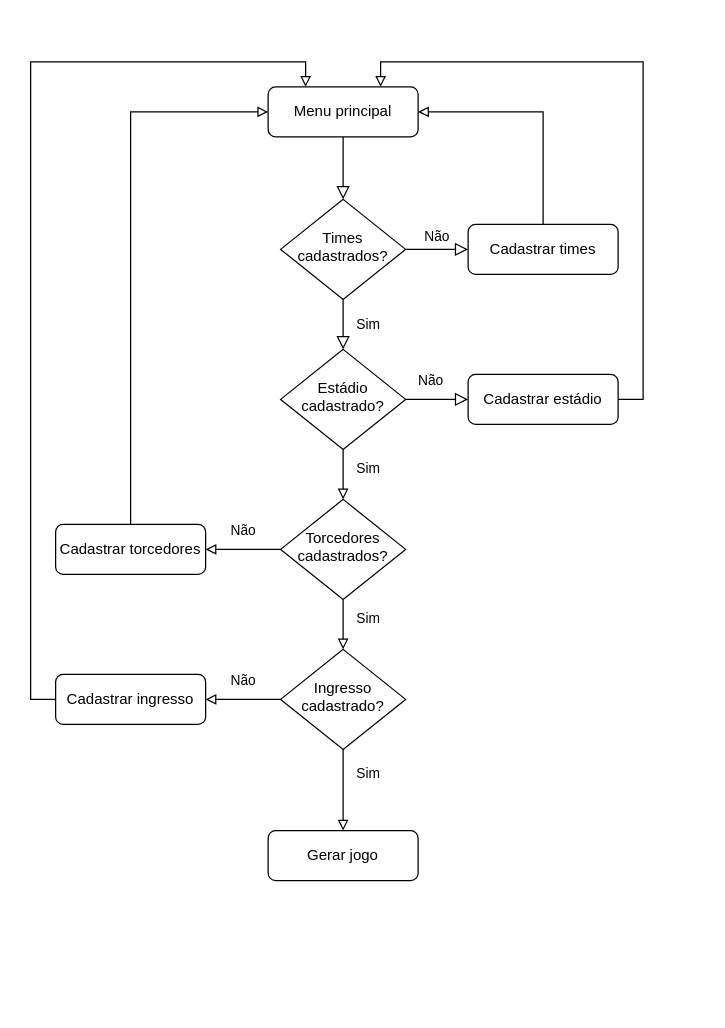
Earlier version of the draw.io diagram P1/Documentação/Fluxograma.drawio (leoIMartins/aulaPython). Source tidied: cells renumbered, new cells numbered last; positions are measured from the earlier drawing's top-left corner, leaving out a move shared by most shapes. Both pictures are drawn from the tidied source at 125%, with x=0, y=0 at pixel (55, 86).
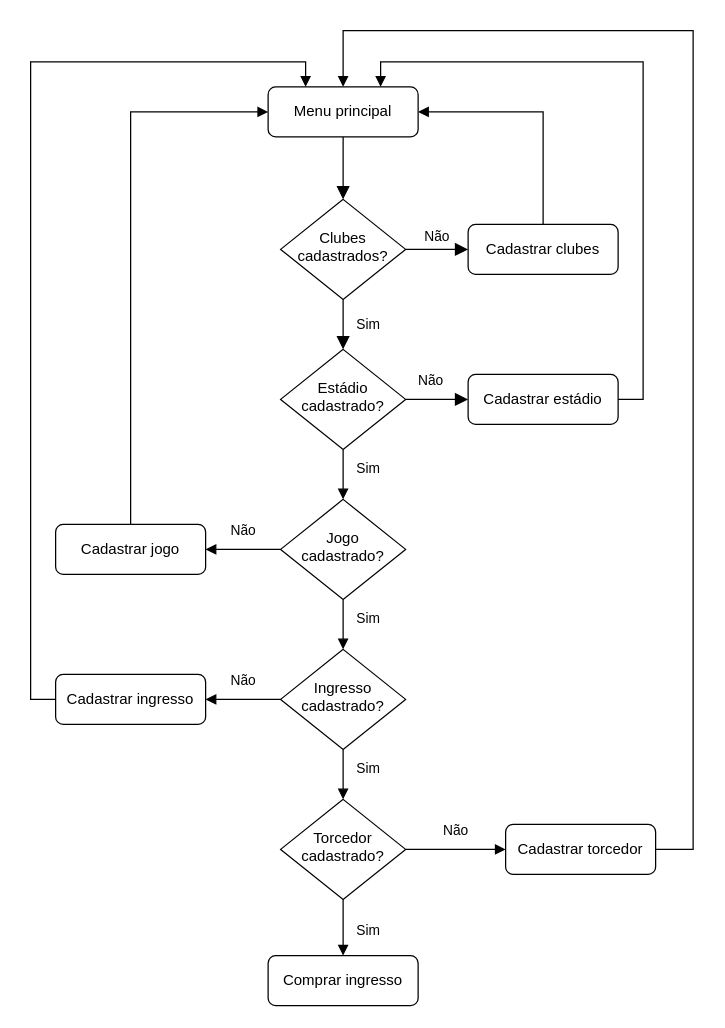
The same diagram, later.

The change refers to these unchanged cells:
```xml
<mxCell id="3" value="Menu principal" style="rounded=1;whiteSpace=wrap;html=1;fontSize=12;glass=0;strokeWidth=1;shadow=0;" parent="1" vertex="1">
  <mxGeometry x="170" width="120" height="40" as="geometry" />
</mxCell>
<mxCell id="11" value="Estádio cadastrado?" style="rhombus;whiteSpace=wrap;html=1;shadow=0;fontFamily=Helvetica;fontSize=12;align=center;strokeWidth=1;spacing=6;spacingTop=-4;" parent="1" vertex="1">
  <mxGeometry x="180" y="210" width="100" height="80" as="geometry" />
</mxCell>
<mxCell id="17" value="Ingresso cadastrado?" style="rhombus;whiteSpace=wrap;html=1;shadow=0;fontFamily=Helvetica;fontSize=12;align=center;strokeWidth=1;spacing=6;spacingTop=-4;" parent="1" vertex="1">
  <mxGeometry x="180" y="450" width="100" height="80" as="geometry" />
</mxCell>
<mxCell id="20" value="Cadastrar estádio" style="rounded=1;whiteSpace=wrap;html=1;fontSize=12;glass=0;strokeWidth=1;shadow=0;" parent="1" vertex="1">
  <mxGeometry x="330" y="230" width="120" height="40" as="geometry" />
</mxCell>
<mxCell id="24" value="Cadastrar ingresso" style="rounded=1;whiteSpace=wrap;html=1;fontSize=12;glass=0;strokeWidth=1;shadow=0;" parent="1" vertex="1">
  <mxGeometry y="470" width="120" height="40" as="geometry" />
</mxCell>
```

Change to the diagram source:
```diff
@@
-    <mxCell id="2" style="rounded=0;html=1;jettySize=auto;fontSize=11;endArrow=block;endFill=0;endSize=8;strokeWidth=1;shadow=0;labelBackgroundColor=none;edgeStyle=orthogonalEdgeStyle;" parent="1" edge="1" source="3" target="6">
+    <mxCell id="2" style="rounded=0;html=1;jettySize=auto;fontSize=11;endArrow=block;endFill=1;endSize=8;strokeWidth=1;shadow=0;labelBackgroundColor=none;edgeStyle=orthogonalEdgeStyle;" parent="1" edge="1" source="3" target="6">
       <mxGeometry relative="1" as="geometry" />
     </mxCell>
@@
-    <mxCell id="4" value="Sim" style="rounded=0;html=1;jettySize=auto;fontSize=11;endArrow=block;endFill=0;endSize=8;strokeWidth=1;shadow=0;labelBackgroundColor=none;edgeStyle=orthogonalEdgeStyle;" parent="1" edge="1" source="6" target="11">
+    <mxCell id="4" value="Sim" style="rounded=0;html=1;jettySize=auto;fontSize=11;endArrow=block;endFill=1;endSize=8;strokeWidth=1;shadow=0;labelBackgroundColor=none;edgeStyle=orthogonalEdgeStyle;" parent="1" edge="1" source="6" target="11">
       <mxGeometry y="20" relative="1" as="geometry" />
     </mxCell>
-    <mxCell id="5" value="Não" style="edgeStyle=orthogonalEdgeStyle;rounded=0;html=1;jettySize=auto;fontSize=11;endArrow=block;endFill=0;endSize=8;strokeWidth=1;shadow=0;labelBackgroundColor=none;" parent="1" edge="1" source="6" target="8">
+    <mxCell id="5" value="Não" style="edgeStyle=orthogonalEdgeStyle;rounded=0;html=1;jettySize=auto;fontSize=11;endArrow=block;endFill=1;endSize=8;strokeWidth=1;shadow=0;labelBackgroundColor=none;" parent="1" edge="1" source="6" target="8">
       <mxGeometry y="10" relative="1" as="geometry" />
     </mxCell>
-    <mxCell id="6" value="Times cadastrados?" style="rhombus;whiteSpace=wrap;html=1;shadow=0;fontFamily=Helvetica;fontSize=12;align=center;strokeWidth=1;spacing=6;spacingTop=-4;" parent="1" vertex="1">
+    <mxCell id="6" value="Clubes cadastrados?" style="rhombus;whiteSpace=wrap;html=1;shadow=0;fontFamily=Helvetica;fontSize=12;align=center;strokeWidth=1;spacing=6;spacingTop=-4;" parent="1" vertex="1">
       <mxGeometry x="180" y="90" width="100" height="80" as="geometry" />
     </mxCell>
-    <mxCell id="7" style="edgeStyle=orthogonalEdgeStyle;rounded=0;jettySize=auto;html=1;exitX=0.5;exitY=0;exitDx=0;exitDy=0;entryX=1;entryY=0.5;entryDx=0;entryDy=0;startArrow=none;startFill=0;endArrow=block;endFill=0;" parent="1" edge="1" source="8" target="3">
+    <mxCell id="7" style="edgeStyle=orthogonalEdgeStyle;rounded=0;jettySize=auto;html=1;exitX=0.5;exitY=0;exitDx=0;exitDy=0;entryX=1;entryY=0.5;entryDx=0;entryDy=0;startArrow=none;startFill=0;endArrow=block;endFill=1;" parent="1" edge="1" source="8" target="3">
       <mxGeometry relative="1" as="geometry" />
     </mxCell>
-    <mxCell id="8" value="Cadastrar times" style="rounded=1;whiteSpace=wrap;html=1;fontSize=12;glass=0;strokeWidth=1;shadow=0;" parent="1" vertex="1">
+    <mxCell id="8" value="Cadastrar clubes" style="rounded=1;whiteSpace=wrap;html=1;fontSize=12;glass=0;strokeWidth=1;shadow=0;" parent="1" vertex="1">
       <mxGeometry x="330" y="110" width="120" height="40" as="geometry" />
     </mxCell>
-    <mxCell id="9" value="Não" style="edgeStyle=orthogonalEdgeStyle;rounded=0;html=1;jettySize=auto;orthogonalLoop=1;fontSize=11;endArrow=block;endFill=0;endSize=8;strokeWidth=1;shadow=0;labelBackgroundColor=none;" parent="1" edge="1">
+    <mxCell id="9" value="Não" style="edgeStyle=orthogonalEdgeStyle;rounded=0;html=1;jettySize=auto;orthogonalLoop=1;fontSize=11;endArrow=block;endFill=1;endSize=8;strokeWidth=1;shadow=0;labelBackgroundColor=none;" parent="1" edge="1">
       <mxGeometry x="-0.2" y="15" relative="1" as="geometry">
         <mxPoint x="280" y="250" as="sourcePoint" />
         <mxPoint x="330" y="250" as="targetPoint" />
       </mxGeometry>
     </mxCell>
-    <mxCell id="10" value="Sim" style="edgeStyle=orthogonalEdgeStyle;rounded=0;jettySize=auto;html=1;startArrow=none;startFill=0;endArrow=block;endFill=0;" parent="1" edge="1" source="11" target="14">
+    <mxCell id="10" value="Sim" style="edgeStyle=orthogonalEdgeStyle;rounded=0;jettySize=auto;html=1;startArrow=none;startFill=0;endArrow=block;endFill=1;" parent="1" edge="1" source="11" target="14">
       <mxGeometry x="-0.25" y="20" relative="1" as="geometry" />
     </mxCell>
@@
-    <mxCell id="12" value="Sim" style="edgeStyle=orthogonalEdgeStyle;rounded=0;jettySize=auto;html=1;startArrow=none;startFill=0;endArrow=block;endFill=0;" parent="1" edge="1" source="14" target="17">
+    <mxCell id="12" value="Sim" style="edgeStyle=orthogonalEdgeStyle;rounded=0;jettySize=auto;html=1;startArrow=none;startFill=0;endArrow=block;endFill=1;" parent="1" edge="1" source="14" target="17">
       <mxGeometry x="-0.25" y="20" relative="1" as="geometry" />
     </mxCell>
-    <mxCell id="13" value="Não" style="edgeStyle=orthogonalEdgeStyle;rounded=0;jettySize=auto;html=1;exitX=0;exitY=0.5;exitDx=0;exitDy=0;entryX=1;entryY=0.5;entryDx=0;entryDy=0;startArrow=none;startFill=0;endArrow=block;endFill=0;" parent="1" edge="1" source="14" target="22">
+    <mxCell id="13" value="Não" style="edgeStyle=orthogonalEdgeStyle;rounded=0;jettySize=auto;html=1;exitX=0;exitY=0.5;exitDx=0;exitDy=0;entryX=1;entryY=0.5;entryDx=0;entryDy=0;startArrow=none;startFill=0;endArrow=block;endFill=1;" parent="1" edge="1" source="14" target="22">
       <mxGeometry y="-15" relative="1" as="geometry" />
     </mxCell>
-    <mxCell id="14" value="Torcedores cadastrados?" style="rhombus;whiteSpace=wrap;html=1;shadow=0;fontFamily=Helvetica;fontSize=12;align=center;strokeWidth=1;spacing=6;spacingTop=-4;" parent="1" vertex="1">
+    <mxCell id="14" value="Jogo cadastrado?" style="rhombus;whiteSpace=wrap;html=1;shadow=0;fontFamily=Helvetica;fontSize=12;align=center;strokeWidth=1;spacing=6;spacingTop=-4;" parent="1" vertex="1">
       <mxGeometry x="180" y="330" width="100" height="80" as="geometry" />
     </mxCell>
-    <mxCell id="15" value="Não" style="edgeStyle=orthogonalEdgeStyle;rounded=0;jettySize=auto;html=1;exitX=0;exitY=0.5;exitDx=0;exitDy=0;entryX=1;entryY=0.5;entryDx=0;entryDy=0;startArrow=none;startFill=0;endArrow=block;endFill=0;" parent="1" edge="1" source="17" target="24">
+    <mxCell id="15" value="Não" style="edgeStyle=orthogonalEdgeStyle;rounded=0;jettySize=auto;html=1;exitX=0;exitY=0.5;exitDx=0;exitDy=0;entryX=1;entryY=0.5;entryDx=0;entryDy=0;startArrow=none;startFill=0;endArrow=block;endFill=1;" parent="1" edge="1" source="17" target="24">
       <mxGeometry y="-15" relative="1" as="geometry" />
     </mxCell>
-    <mxCell id="16" value="Sim" style="edgeStyle=orthogonalEdgeStyle;rounded=0;jettySize=auto;html=1;exitX=0.5;exitY=1;exitDx=0;exitDy=0;startArrow=none;startFill=0;endArrow=block;endFill=0;" parent="1" edge="1" source="17" target="18">
-      <mxGeometry x="-0.41" y="20" relative="1" as="geometry" />
-    </mxCell>
+    <mxCell id="25" value="Sim" style="edgeStyle=orthogonalEdgeStyle;rounded=0;jettySize=auto;html=1;endArrow=block;endFill=1;" parent="1" edge="1" source="17" target="29">
+      <mxGeometry x="-0.25" y="20" relative="1" as="geometry" />
+    </mxCell>
@@
-    <mxCell id="18" value="Gerar jogo" style="rounded=1;whiteSpace=wrap;html=1;fontSize=12;glass=0;strokeWidth=1;shadow=0;" parent="1" vertex="1">
-      <mxGeometry x="170" y="595" width="120" height="40" as="geometry" />
+    <mxCell id="18" value="Comprar ingresso" style="rounded=1;whiteSpace=wrap;html=1;fontSize=12;glass=0;strokeWidth=1;shadow=0;" parent="1" vertex="1">
+      <mxGeometry x="170" y="695" width="120" height="40" as="geometry" />
     </mxCell>
-    <mxCell id="19" style="edgeStyle=orthogonalEdgeStyle;rounded=0;jettySize=auto;html=1;exitX=1;exitY=0.5;exitDx=0;exitDy=0;startArrow=none;startFill=0;endArrow=block;endFill=0;entryX=0.75;entryY=0;entryDx=0;entryDy=0;" parent="1" edge="1" source="20" target="3">
+    <mxCell id="19" style="edgeStyle=orthogonalEdgeStyle;rounded=0;jettySize=auto;html=1;exitX=1;exitY=0.5;exitDx=0;exitDy=0;startArrow=none;startFill=0;endArrow=block;endFill=1;entryX=0.75;entryY=0;entryDx=0;entryDy=0;" parent="1" edge="1" source="20" target="3">
       <mxGeometry relative="1" as="geometry" />
     </mxCell>
@@
-    <mxCell id="21" style="edgeStyle=orthogonalEdgeStyle;rounded=0;jettySize=auto;html=1;exitX=0.5;exitY=0;exitDx=0;exitDy=0;entryX=0;entryY=0.5;entryDx=0;entryDy=0;startArrow=none;startFill=0;endArrow=block;endFill=0;" parent="1" edge="1" source="22" target="3">
+    <mxCell id="21" style="edgeStyle=orthogonalEdgeStyle;rounded=0;jettySize=auto;html=1;exitX=0.5;exitY=0;exitDx=0;exitDy=0;entryX=0;entryY=0.5;entryDx=0;entryDy=0;startArrow=none;startFill=0;endArrow=block;endFill=1;" parent="1" edge="1" source="22" target="3">
       <mxGeometry relative="1" as="geometry" />
     </mxCell>
-    <mxCell id="22" value="Cadastrar torcedores" style="rounded=1;whiteSpace=wrap;html=1;fontSize=12;glass=0;strokeWidth=1;shadow=0;" parent="1" vertex="1">
+    <mxCell id="22" value="Cadastrar jogo" style="rounded=1;whiteSpace=wrap;html=1;fontSize=12;glass=0;strokeWidth=1;shadow=0;" parent="1" vertex="1">
       <mxGeometry y="350" width="120" height="40" as="geometry" />
     </mxCell>
-    <mxCell id="23" style="edgeStyle=orthogonalEdgeStyle;rounded=0;jettySize=auto;html=1;exitX=0;exitY=0.5;exitDx=0;exitDy=0;entryX=0.25;entryY=0;entryDx=0;entryDy=0;startArrow=none;startFill=0;endArrow=block;endFill=0;" parent="1" edge="1" source="24" target="3">
+    <mxCell id="23" style="edgeStyle=orthogonalEdgeStyle;rounded=0;jettySize=auto;html=1;exitX=0;exitY=0.5;exitDx=0;exitDy=0;entryX=0.25;entryY=0;entryDx=0;entryDy=0;startArrow=none;startFill=0;endArrow=block;endFill=1;" parent="1" edge="1" source="24" target="3">
       <mxGeometry relative="1" as="geometry" />
     </mxCell>
@@
+    <mxCell id="26" style="edgeStyle=orthogonalEdgeStyle;rounded=0;jettySize=auto;html=1;entryX=0.5;entryY=0;entryDx=0;entryDy=0;endArrow=block;endFill=1;exitX=1;exitY=0.5;exitDx=0;exitDy=0;" parent="1" edge="1" source="30" target="3">
+      <mxGeometry relative="1" as="geometry">
+        <Array as="points">
+          <mxPoint x="510" y="610" />
+          <mxPoint x="510" y="-45" />
+          <mxPoint x="230" y="-45" />
+        </Array>
+      </mxGeometry>
+    </mxCell>
+    <mxCell id="27" value="Sim" style="edgeStyle=orthogonalEdgeStyle;rounded=0;jettySize=auto;html=1;exitX=0.5;exitY=1;exitDx=0;exitDy=0;endArrow=block;endFill=1;entryX=0.5;entryY=0;entryDx=0;entryDy=0;" parent="1" edge="1" source="29" target="18">
+      <mxGeometry x="0.11" y="20" relative="1" as="geometry" />
+    </mxCell>
+    <mxCell id="28" value="Não" style="edgeStyle=orthogonalEdgeStyle;rounded=0;jettySize=auto;html=1;exitX=1;exitY=0.5;exitDx=0;exitDy=0;entryX=0;entryY=0.5;entryDx=0;entryDy=0;endArrow=block;endFill=1;" parent="1" edge="1" source="29" target="30">
+      <mxGeometry y="15" relative="1" as="geometry" />
+    </mxCell>
+    <mxCell id="29" value="Torcedor cadastrado?" style="rhombus;whiteSpace=wrap;html=1;shadow=0;fontFamily=Helvetica;fontSize=12;align=center;strokeWidth=1;spacing=6;spacingTop=-4;" parent="1" vertex="1">
+      <mxGeometry x="180" y="570" width="100" height="80" as="geometry" />
+    </mxCell>
+    <mxCell id="30" value="Cadastrar torcedor" style="rounded=1;whiteSpace=wrap;html=1;fontSize=12;glass=0;strokeWidth=1;shadow=0;" parent="1" vertex="1">
+      <mxGeometry x="360" y="590" width="120" height="40" as="geometry" />
+    </mxCell>
```
